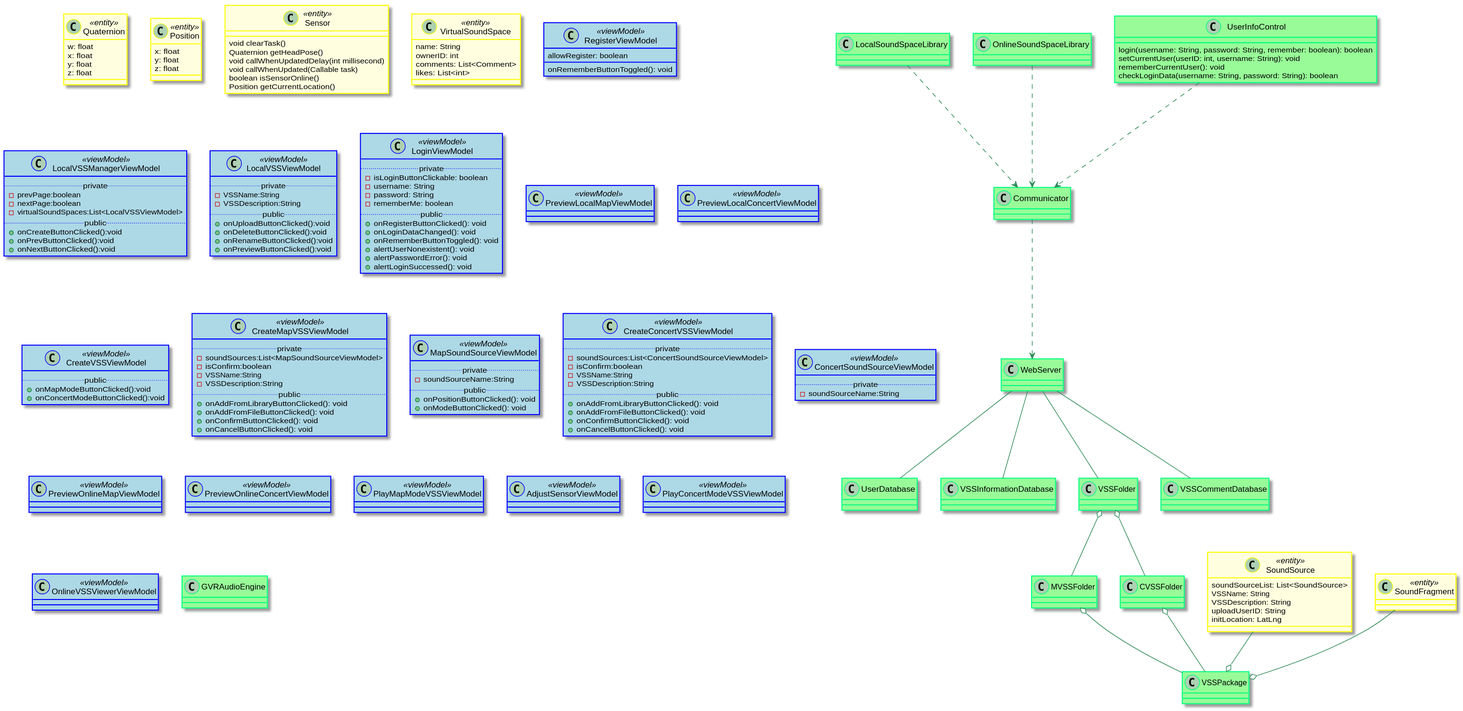
Earlier version of the PlantUML export 设计/Diagrams/ClassDiagram.svg (kpp19920121/doc).
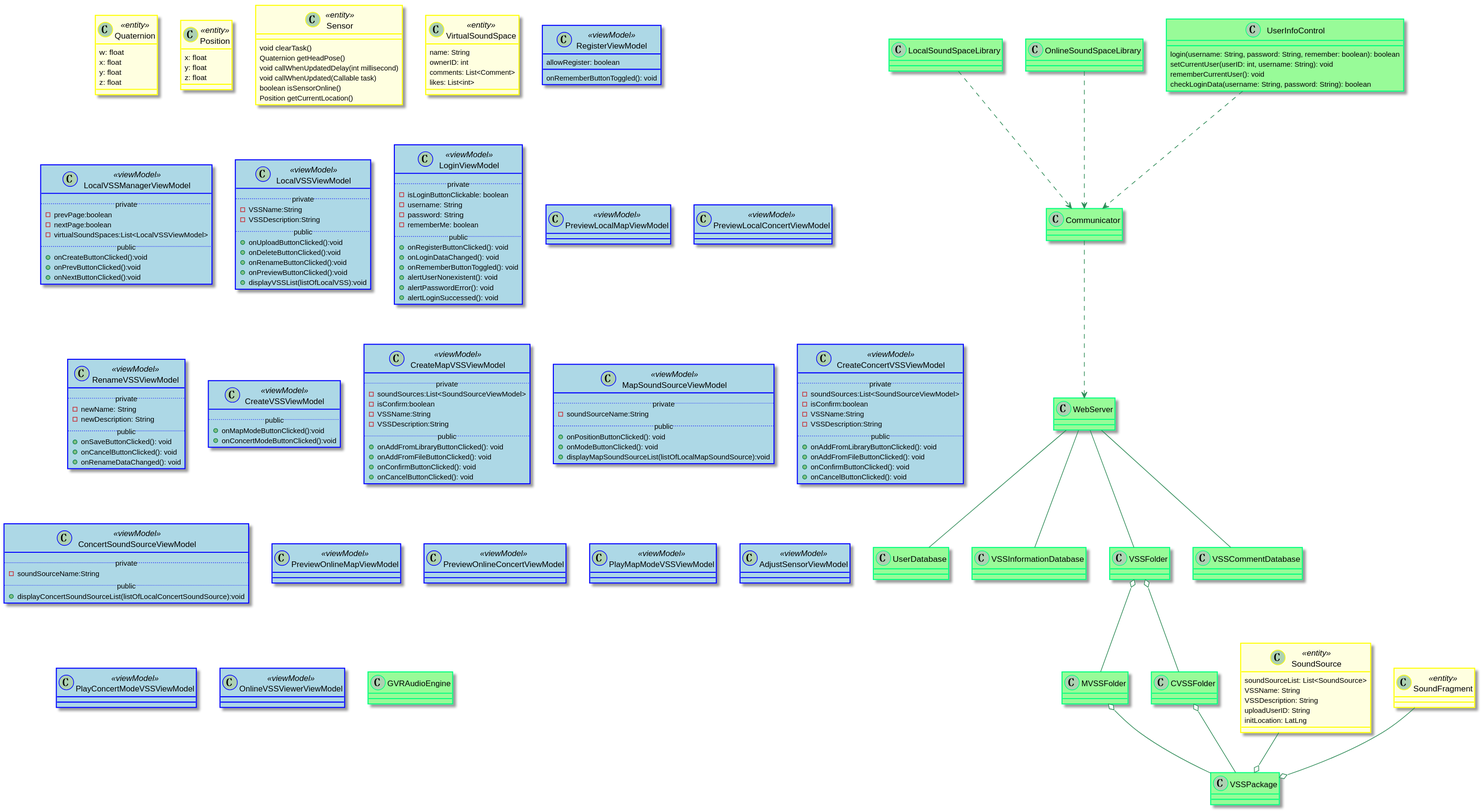
The same file after the commit.

The edit, as a diff of the source:
```diff
@@ -80,6 +80,7 @@
   +onDeleteButtonClicked():void
   +onRenameButtonClicked():void
   +onPreviewButtonClicked():void
+  +displayVSSList(listOfLocalVSS):void
 }
 class LoginViewModel <<viewModel>> {
 	..private..
@@ -102,6 +103,17 @@
 class PreviewLocalConcertViewModel <<viewModel>> {
 
 }
+
+class RenameVSSViewModel <<viewModel>> {
+	..private..
+	- newName: String
+	- newDescription: String
+	..public..
+	+ onSaveButtonClicked(): void
+	+ onCancelButtonClicked(): void
+	+ onRenameDataChanged(): void
+}
+
 class CreateVSSViewModel <<viewModel>> {
   ..public..
   +onMapModeButtonClicked():void
@@ -109,7 +121,7 @@
 }
 class CreateMapVSSViewModel <<viewModel>> {
   ..private..
-  -soundSources:List<MapSoundSourceViewModel>
+  -soundSources:List<SoundSourceViewModel>
   -isConfirm:boolean
   -VSSName:String
   -VSSDescription:String
@@ -125,10 +137,11 @@
   ..public..
   +onPositionButtonClicked(): void
   +onModeButtonClicked(): void
+  +displayMapSoundSourceList(listOfLocalMapSoundSource):void
 }
 class CreateConcertVSSViewModel <<viewModel>> {
   ..private..
-  -soundSources:List<ConcertSoundSourceViewModel>
+  -soundSources:List<SoundSourceViewModel>
   -isConfirm:boolean
   -VSSName:String
   -VSSDescription:String
@@ -141,6 +154,8 @@
 class ConcertSoundSourceViewModel <<viewModel>> {
   ..private..
   -soundSourceName:String
+  ..public..
+  +displayConcertSoundSourceList(listOfLocalConcertSoundSource):void
 }
 class PreviewOnlineMapViewModel <<viewModel>> {
 
```
